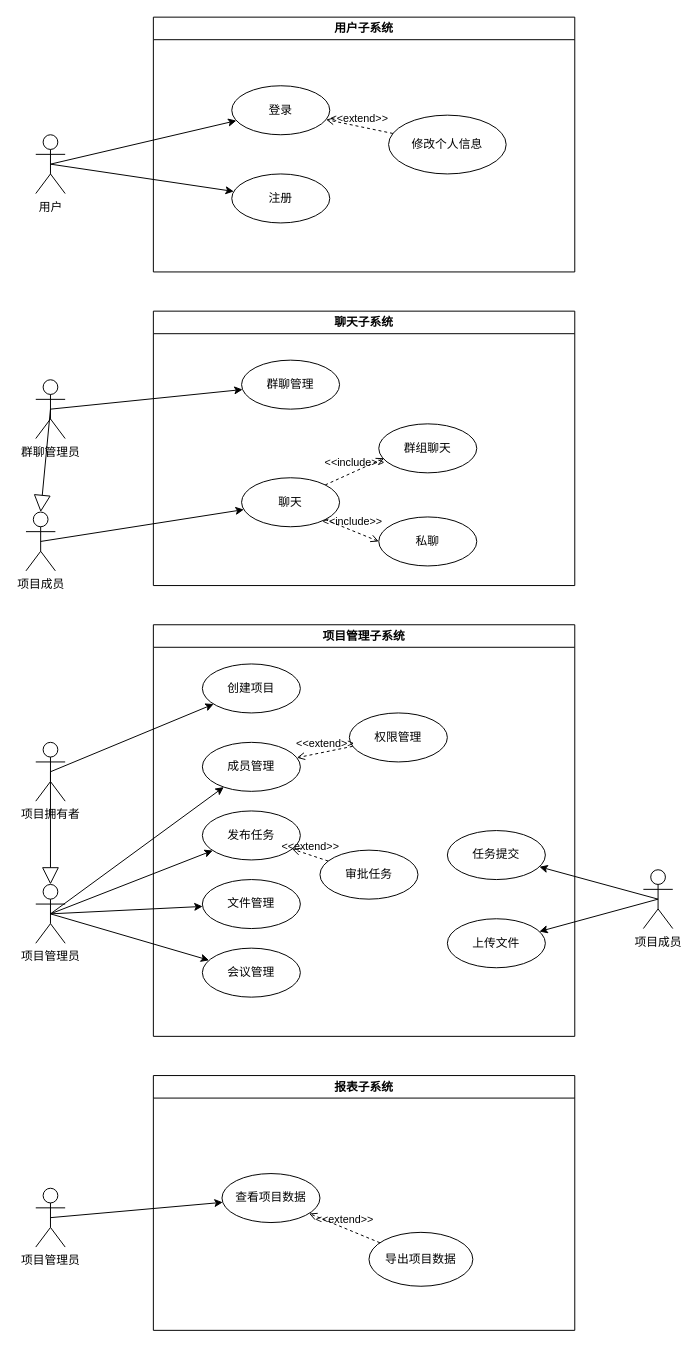
TongjiMicroservice/Documents keeps this draw.io diagram as usecase/总用例图.drawio. Above is the earlier version. Source tidied: cells renumbered, new cells numbered last; positions are measured from the earlier drawing's top-left corner, leaving out a move shared by most shapes. Both pictures are drawn from the tidied source at 98%, with x=0, y=0 at pixel (25, 17).
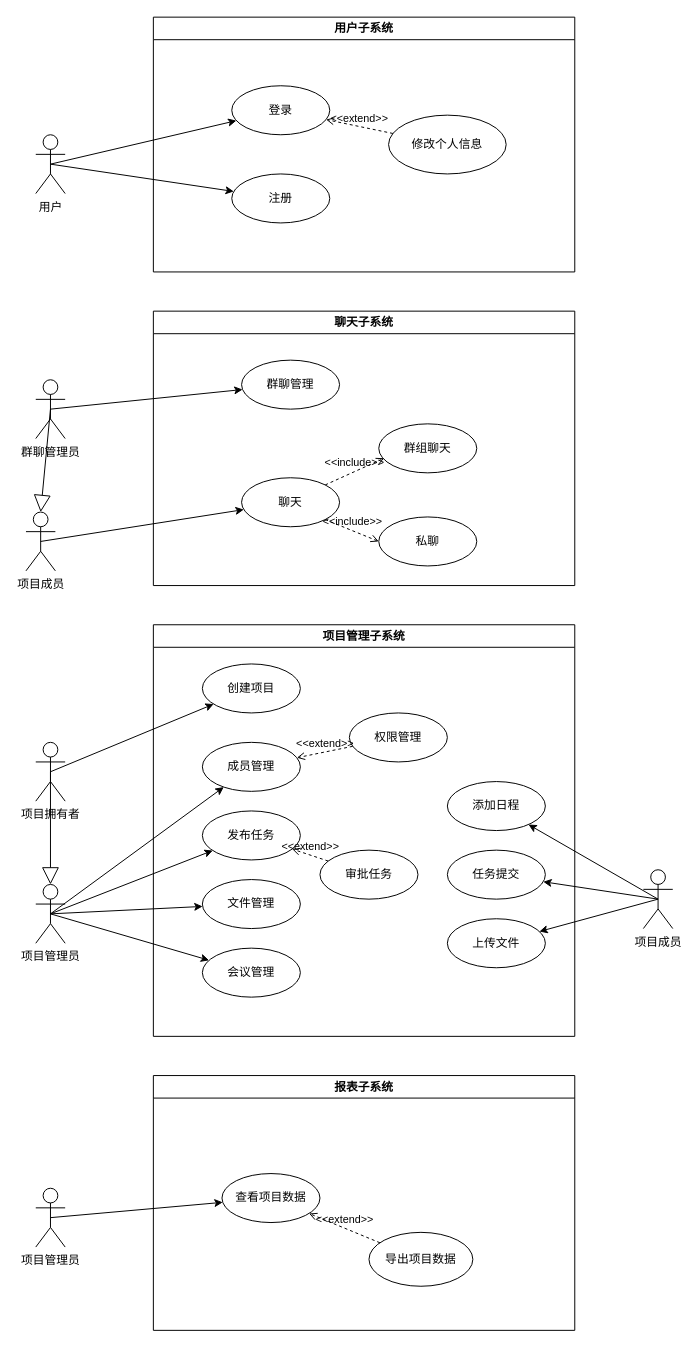
After the change.

Commit message (it also covers changes not shown here):
修改用例图

Unchanged cells that the change refers to:
```xml
<mxCell id="19" value="项目管理子系统" style="swimlane;whiteSpace=wrap;html=1;" parent="1" vertex="1">
  <mxGeometry x="130" y="620" width="430" height="420" as="geometry" />
</mxCell>
<mxCell id="45" value="项目成员" style="shape=umlActor;verticalLabelPosition=bottom;verticalAlign=top;html=1;outlineConnect=0;" parent="1" vertex="1">
  <mxGeometry x="630" y="870" width="30" height="60" as="geometry" />
</mxCell>
```

What changed in the source:
```diff
@@
     <mxCell id="22" value="任务提交" style="ellipse;whiteSpace=wrap;html=1;" parent="19" vertex="1">
-      <mxGeometry x="300" y="210" width="100" height="50" as="geometry" />
+      <mxGeometry x="300" y="230" width="100" height="50" as="geometry" />
     </mxCell>
@@
+    <mxCell id="51" value="添加日程" style="ellipse;whiteSpace=wrap;html=1;" parent="19" vertex="1">
+      <mxGeometry x="300" y="160" width="100" height="50" as="geometry" />
+    </mxCell>
@@
+    <mxCell id="52" style="edgeStyle=none;html=1;exitX=0.5;exitY=0.5;exitDx=0;exitDy=0;exitPerimeter=0;" parent="1" edge="1" source="45" target="51">
+      <mxGeometry relative="1" as="geometry" />
+    </mxCell>
```
